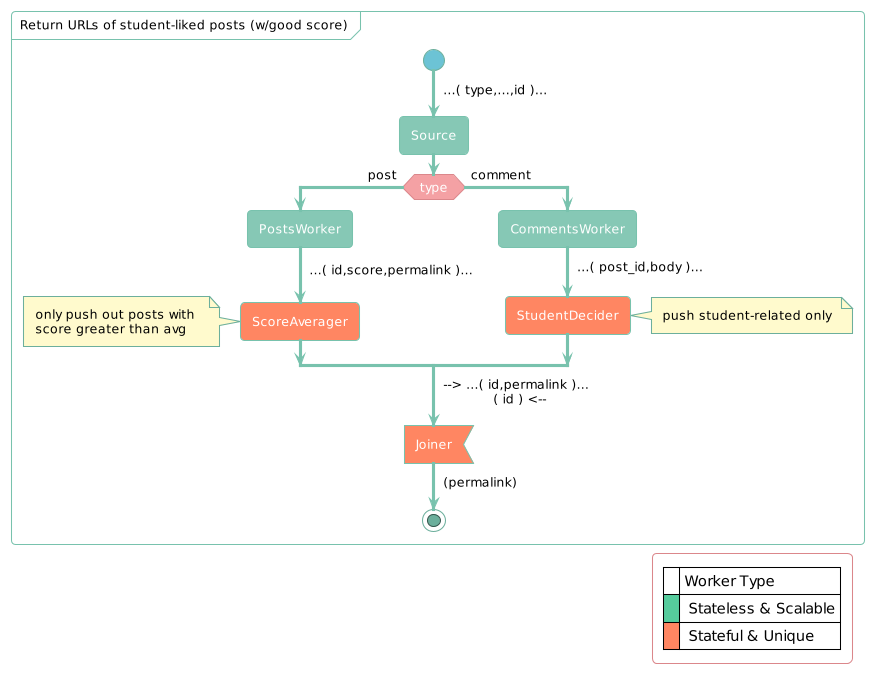
FdelMazo/7574-Distribuidos keeps this PlantUML diagram as TP2/informe/diagrams/studentposts.png. Above is the earlier version.
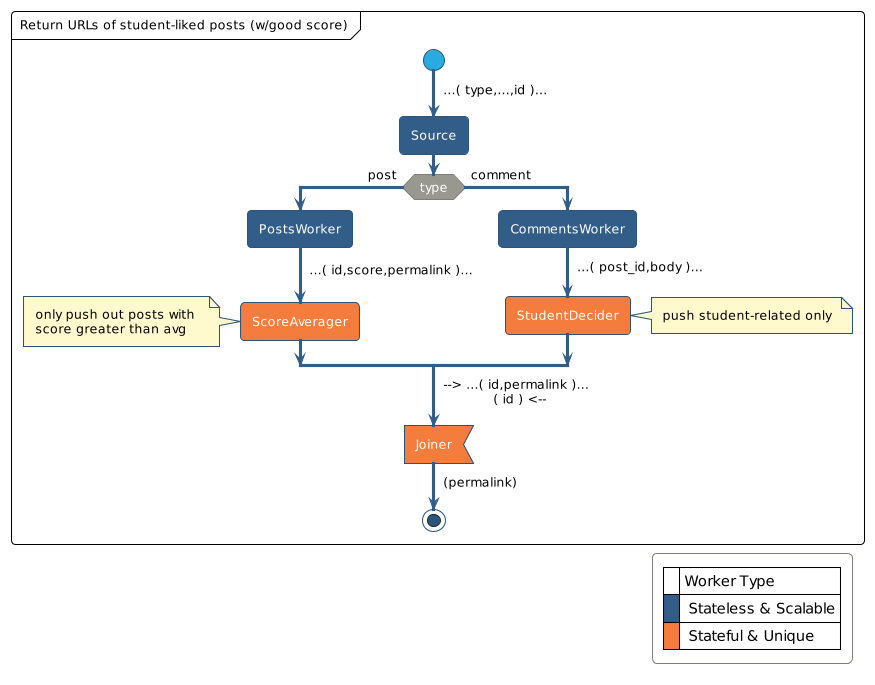
The same file after the commit.

What changed in the source:
```diff
@@ -1,17 +1,14 @@
 @startuml
-!theme minty
+!theme sandstone
 
 skinparam PartitionFontColor black
+skinparam PartitionBorderColor black
+skinparam ArrowFontColor black
 skinparam LegendFontColor black
-skinparam ArrowFontColor black
+skinparam legendbackgroundcolor transparent
+skinparam ConditionEndStyle hline
 skinparam NoteBackgroundColor lemonchiffon
 skinparam NoteFontColor black
-skinparam legendbackgroundcolor transparent
-
-skinparam ArrowFontColor black
-skinparam NoteBackgroundColor lemonchiffon
-skinparam NoteFontColor black
-skinparam ConditionEndStyle hline
 
 partition "Return URLs of student-liked posts (w/good score)" {
   start
@@ -20,7 +17,7 @@
   if (type) then (post)
     :PostsWorker;
     -> ...( id,score,permalink )...;
-    #ff8662 :ScoreAverager;
+    #f47c3c :ScoreAverager;
     note left
       only push out posts with
       score greater than avg
@@ -28,20 +25,20 @@
   else (comment)
     :CommentsWorker;
     -> ...( post_id,body )...;
-   #ff8662 :StudentDecider;
+   #f47c3c :StudentDecider;
     note right
       push student-related only
     endnote
   endif
     -> --> ...( id,permalink )... \n            ( id ) <--;
-  #ff8662 :Joiner<
+  #f47c3c :Joiner<
   -> (permalink);
   stop
 
   legend bottom right
       |= |Worker Type|
-      |<#56cc9d>| Stateless & Scalable|
-      |<#ff8662>| Stateful & Unique|
+      |<#325d88>| Stateless & Scalable|
+      |<#f47c3c>| Stateful & Unique|
   endlegend
 }
 
```
